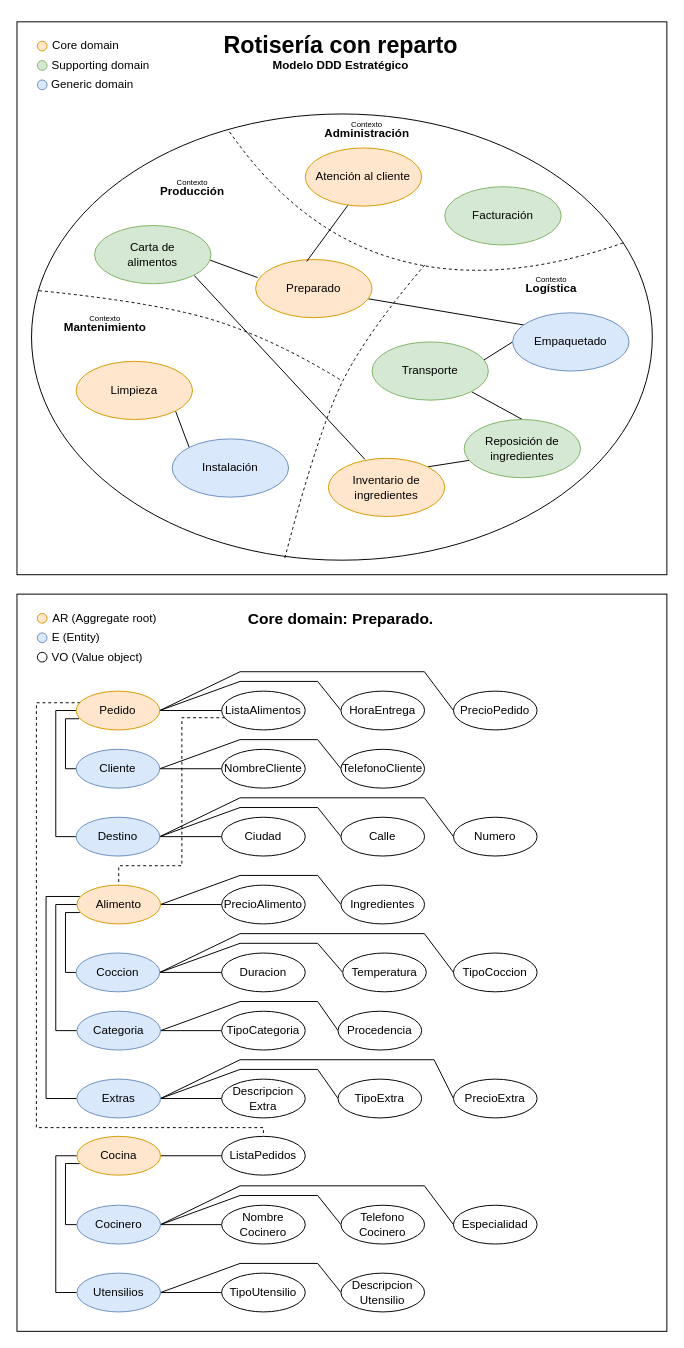
Before: page "Estratégico" (1 of 3) of Modelo/ModeloRotiseriaDDD_Reto.drawio in collazomathias/Rotiseria, a draw.io diagram. Source tidied: cells renumbered, new cells numbered last; positions are measured from the earlier drawing's top-left corner, leaving out a move shared by most shapes. Both pictures are drawn from the tidied source at 97%, with x=0, y=0 at pixel (16, 21).
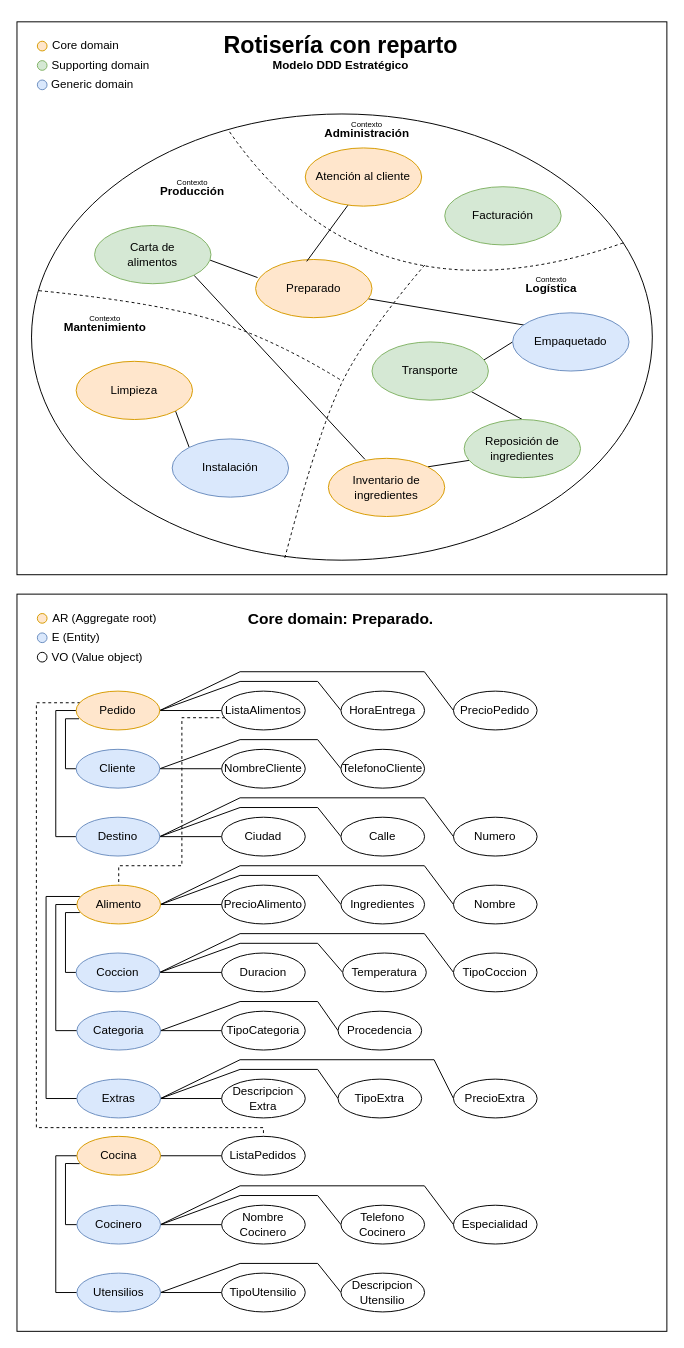
The same page after the edit.

Unchanged cells that the change refers to:
```xml
<mxCell id="61" value="Alimento" style="ellipse;whiteSpace=wrap;html=1;fillColor=#ffe6cc;strokeColor=#d79b00;" parent="1" vertex="1">
  <mxGeometry x="61.8" y="890" width="86.2" height="40" as="geometry" />
</mxCell>
```

Change to the diagram source:
```diff
@@
+    <mxCell id="116" style="rounded=0;jettySize=auto;html=1;exitX=1;exitY=0.5;exitDx=0;exitDy=0;entryX=0;entryY=0.5;entryDx=0;entryDy=0;fontSize=11;endArrow=none;endFill=0;" parent="1" edge="1" source="61" target="117">
+      <mxGeometry relative="1" as="geometry">
+        <Array as="points">
+          <mxPoint x="230" y="870" />
+          <mxPoint x="420" y="870" />
+        </Array>
+      </mxGeometry>
+    </mxCell>
@@
+    <mxCell id="117" value="Nombre" style="ellipse;whiteSpace=wrap;html=1;" parent="1" vertex="1">
+      <mxGeometry x="450" y="890" width="86.2" height="40" as="geometry" />
+    </mxCell>
```
